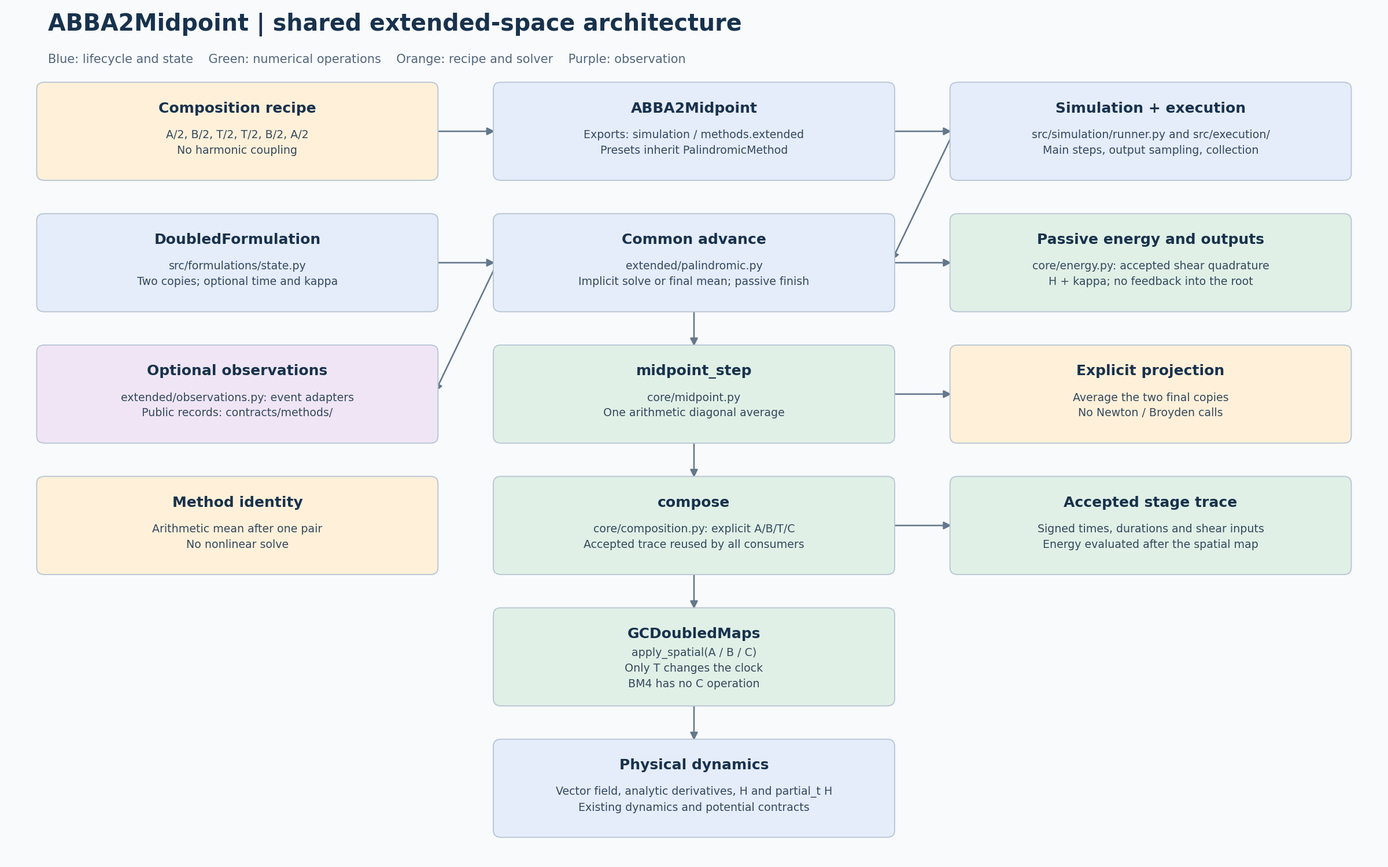
Before: docs/models/abba2-midpoint/simulation/abba2-midpoint-simulation-architecture.png, a diagram exported from PlantUML (Jugibe-52/GC2D_intranet). Its source is kept beside it as docs/models/abba2-midpoint/simulation/abba2-midpoint-simulation-architecture.puml.
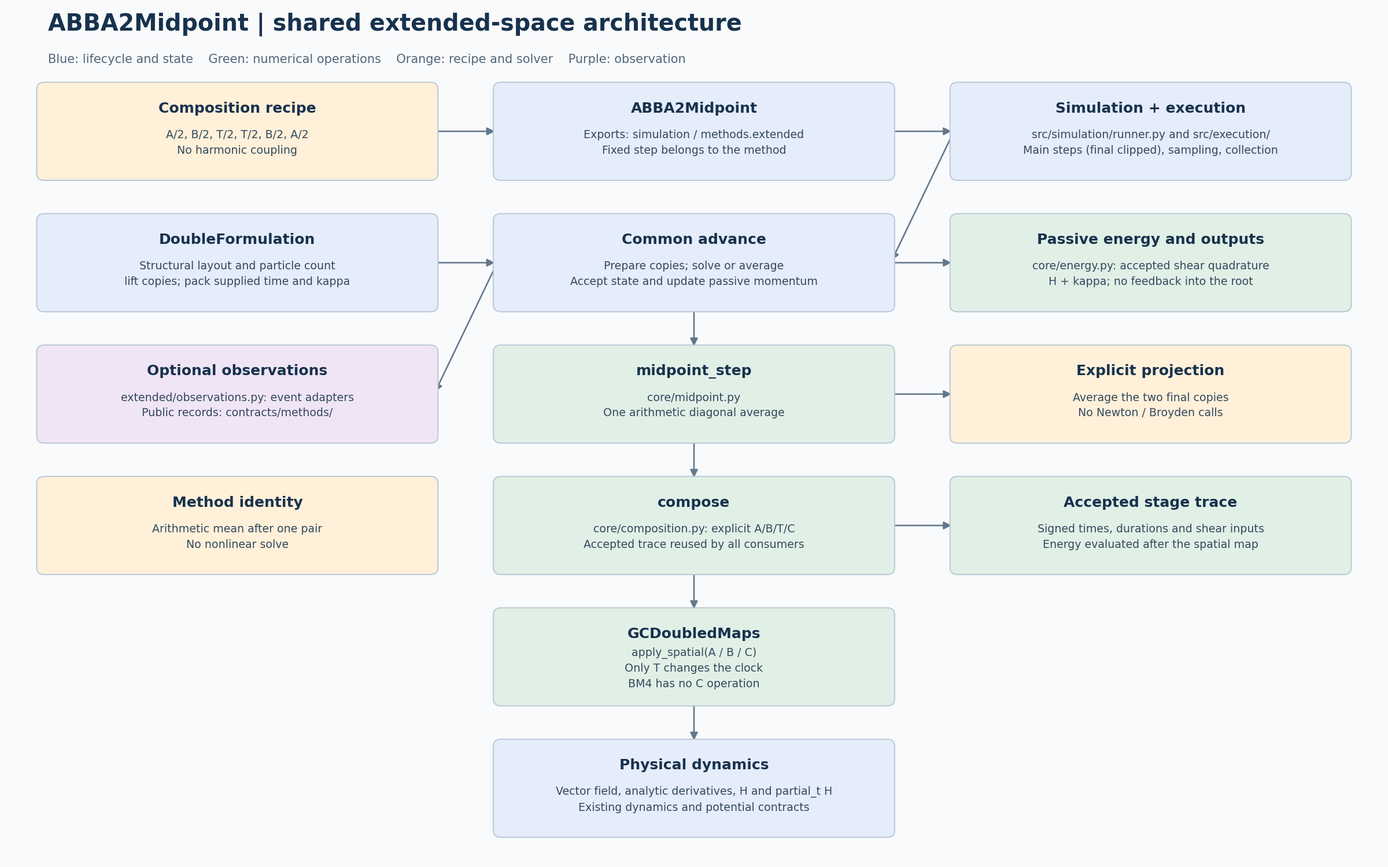
Later version of the same file.

Change to the diagram source:
```diff
@@ -3,10 +3,10 @@
   graph [rankdir=TB, bgcolor="#f8fafc"];
   node [shape=box, style="rounded,filled", fontname="DejaVu Sans"];
   recipe [label="Composition recipe\nA/2, B/2, T/2, T/2, B/2, A/2\nNo harmonic coupling", fillcolor="#fff0d9"];
-  method [label="ABBA2Midpoint\nExports: simulation / methods.extended\nPresets inherit PalindromicMethod", fillcolor="#e5ecfa"];
-  driver [label="Simulation + execution\nsrc/simulation/runner.py and src/execution/\nMain steps, output sampling, collection", fillcolor="#e5ecfa"];
-  state [label="DoubledFormulation\nsrc/formulations/state.py\nTwo copies; optional time and kappa", fillcolor="#e5ecfa"];
-  advance [label="Common advance\nextended/palindromic.py\nImplicit solve or final mean; passive finish", fillcolor="#e5ecfa"];
+  method [label="ABBA2Midpoint\nExports: simulation / methods.extended\nFixed step belongs to the method", fillcolor="#e5ecfa"];
+  driver [label="Simulation + execution\nsrc/simulation/runner.py and src/execution/\nMain steps (final clipped), sampling, collection", fillcolor="#e5ecfa"];
+  state [label="DoubleFormulation\nStructural layout and particle count\nlift copies; pack supplied time and kappa", fillcolor="#e5ecfa"];
+  advance [label="Common advance\nPrepare copies; solve or average\nAccept state and update passive momentum", fillcolor="#e5ecfa"];
   energy [label="Passive energy and outputs\ncore/energy.py: accepted shear quadrature\nH + kappa; no feedback into the root", fillcolor="#e1f0e6"];
   observe [label="Optional observations\nextended/observations.py: event adapters\nPublic records: contracts/methods/", fillcolor="#f0e5f5"];
   projection [label="midpoint_step\ncore/midpoint.py\nOne arithmetic diagonal average", fillcolor="#e1f0e6"];
```
